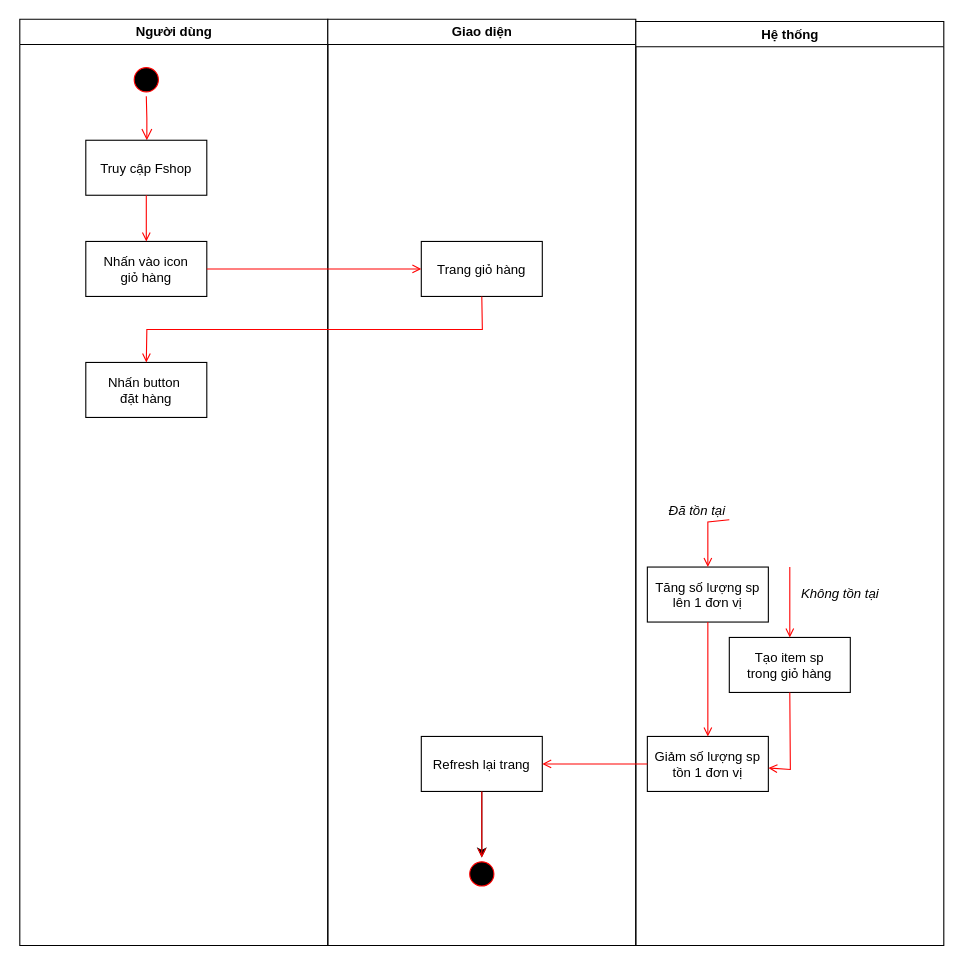
The draw.io diagram ActivityOrder.drawio in NguyenQuocAn99/MyDiagram, before the edit. Source tidied: cells renumbered, new cells numbered last; positions are measured from the earlier drawing's top-left corner, leaving out a move shared by most shapes. Both pictures are drawn from the tidied source at 110%, with x=0, y=0 at pixel (19, 19).
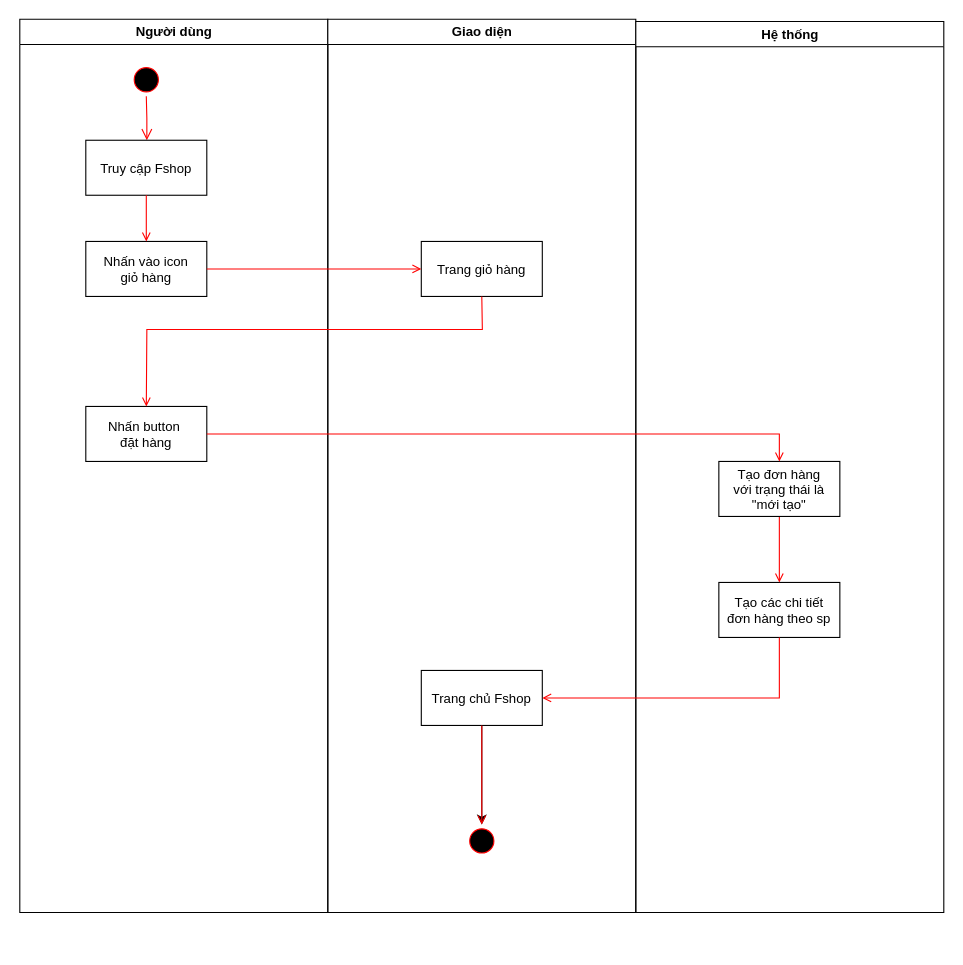
The same diagram, later.

The change refers to these unchanged cells:
```xml
<mxCell id="6" value="Nhấn vào icon &#10;giỏ hàng" parent="2" vertex="1">
  <mxGeometry x="60" y="202" width="110" height="50" as="geometry" />
</mxCell>
<mxCell id="14" value="Trang giỏ hàng" parent="9" vertex="1">
  <mxGeometry x="85" y="202" width="110" height="50" as="geometry" />
</mxCell>
```

What changed in the source:
```diff
@@
     <mxCell id="2" value="Người dùng" style="swimlane;whiteSpace=wrap;" parent="1" vertex="1">
-      <mxGeometry x="0.5" width="280" height="842" as="geometry" />
+      <mxGeometry x="0.5" width="280" height="812" as="geometry" />
     </mxCell>
@@
     <mxCell id="8" value="Nhấn button &#10;đặt hàng" parent="2" vertex="1">
-      <mxGeometry x="60" y="312" width="110" height="50" as="geometry" />
+      <mxGeometry x="60" y="352" width="110" height="50" as="geometry" />
     </mxCell>
     <mxCell id="9" value="Giao diện" style="swimlane;whiteSpace=wrap;" parent="1" vertex="1">
-      <mxGeometry x="280.5" width="280" height="842" as="geometry" />
+      <mxGeometry x="280.5" width="280" height="812" as="geometry" />
     </mxCell>
@@
-    <mxCell id="11" value="Refresh lại trang" parent="9" vertex="1">
-      <mxGeometry x="85" y="652" width="110" height="50" as="geometry" />
+    <mxCell id="11" value="Trang chủ Fshop" parent="9" vertex="1">
+      <mxGeometry x="85" y="592" width="110" height="50" as="geometry" />
     </mxCell>
     <mxCell id="12" style="ellipse;shape=startState;fillColor=#000000;strokeColor=#ff0000;" parent="9" vertex="1">
-      <mxGeometry x="125" y="762" width="30" height="30" as="geometry" />
+      <mxGeometry x="125" y="732" width="30" height="30" as="geometry" />
     </mxCell>
@@
     <mxCell id="15" value="Hệ thống" style="swimlane;whiteSpace=wrap;" parent="1" vertex="1">
-      <mxGeometry x="560.5" y="2" width="280" height="840" as="geometry" />
+      <mxGeometry x="560.5" y="2" width="280" height="810" as="geometry" />
     </mxCell>
-    <mxCell id="16" value="Không tồn tại" style="text;html=1;align=center;verticalAlign=middle;strokeColor=none;fontStyle=2;" parent="15" vertex="1">
-      <mxGeometry x="140.5" y="511" width="90" height="20" as="geometry" />
-    </mxCell>
-    <mxCell id="17" value="Tạo item sp &#10;trong giỏ hàng" parent="15" vertex="1">
-      <mxGeometry x="85" y="560" width="110" height="50" as="geometry" />
+    <mxCell id="17" value="Tạo các chi tiết &#10;đơn hàng theo sp" parent="15" vertex="1">
+      <mxGeometry x="75.5" y="510" width="110" height="50" as="geometry" />
     </mxCell>
-    <mxCell id="18" style="endArrow=open;strokeColor=#FF0000;endFill=1;rounded=0;exitX=0.5;exitY=1;exitDx=0;exitDy=0;entryX=0.5;entryY=0;entryDx=0;entryDy=0;" parent="15" edge="1" target="17">
-      <mxGeometry relative="1" as="geometry">
-        <mxPoint x="140" y="496" as="sourcePoint" />
-      </mxGeometry>
+    <mxCell id="18" style="endArrow=open;strokeColor=#FF0000;endFill=1;rounded=0;exitX=0.5;exitY=1;exitDx=0;exitDy=0;entryX=0.5;entryY=0;entryDx=0;entryDy=0;" parent="15" edge="1" source="28" target="17">
+      <mxGeometry relative="1" as="geometry" />
     </mxCell>
-    <mxCell id="19" value="Tăng số lượng sp&#10;lên 1 đơn vị" parent="15" vertex="1">
-      <mxGeometry x="10.5" y="496" width="110" height="50" as="geometry" />
-    </mxCell>
-    <mxCell id="20" style="endArrow=open;strokeColor=#FF0000;endFill=1;rounded=0;exitX=0;exitY=0.5;exitDx=0;exitDy=0;entryX=0.5;entryY=0;entryDx=0;entryDy=0;" parent="15" edge="1" target="19">
-      <mxGeometry relative="1" as="geometry">
-        <mxPoint x="85" y="453" as="sourcePoint" />
-        <Array as="points">
-          <mxPoint x="65.5" y="455" />
-        </Array>
-      </mxGeometry>
-    </mxCell>
-    <mxCell id="21" value="Giảm số lượng sp&#10;tồn 1 đơn vị" parent="15" vertex="1">
-      <mxGeometry x="10.5" y="650" width="110" height="50" as="geometry" />
-    </mxCell>
+    <mxCell id="28" value="Tạo đơn hàng&#10;với trạng thái là&#10;&quot;mới tạo&quot;" parent="15" vertex="1">
+      <mxGeometry x="75.5" y="400" width="110" height="50" as="geometry" />
+    </mxCell>
+    <mxCell id="25" style="endArrow=open;strokeColor=#FF0000;endFill=1;rounded=0;exitX=1;exitY=0.5;exitDx=0;exitDy=0;entryX=0;entryY=0.5;entryDx=0;entryDy=0;" parent="1" edge="1" source="6" target="14">
+      <mxGeometry relative="1" as="geometry" />
+    </mxCell>
+    <mxCell id="27" style="endArrow=open;strokeColor=#FF0000;endFill=1;rounded=0;exitX=0.5;exitY=1;exitDx=0;exitDy=0;entryX=0.5;entryY=0;entryDx=0;entryDy=0;" parent="1" edge="1" source="14" target="8">
+      <mxGeometry relative="1" as="geometry">
+        <Array as="points">
+          <mxPoint x="421" y="282" />
+          <mxPoint x="116" y="282" />
+        </Array>
+      </mxGeometry>
+    </mxCell>
-    <mxCell id="22" style="endArrow=open;strokeColor=#FF0000;endFill=1;rounded=0;exitX=0.5;exitY=1;exitDx=0;exitDy=0;" parent="15" edge="1" source="17" target="21">
+    <mxCell id="22" style="endArrow=open;strokeColor=#FF0000;endFill=1;rounded=0;exitX=0.5;exitY=1;exitDx=0;exitDy=0;entryX=1;entryY=0.5;entryDx=0;entryDy=0;" parent="1" edge="1" source="17" target="11">
       <mxGeometry relative="1" as="geometry">
         <Array as="points">
-          <mxPoint x="140.5" y="680" />
+          <mxPoint x="691" y="617" />
         </Array>
       </mxGeometry>
     </mxCell>
-    <mxCell id="23" style="endArrow=open;strokeColor=#FF0000;endFill=1;rounded=0;exitX=0.5;exitY=1;exitDx=0;exitDy=0;entryX=0.5;entryY=0;entryDx=0;entryDy=0;" parent="15" edge="1" source="19" target="21">
-      <mxGeometry relative="1" as="geometry" />
-    </mxCell>
-    <mxCell id="24" value="Đã tồn tại" style="text;html=1;align=center;verticalAlign=middle;strokeColor=none;fontStyle=2;" parent="15" vertex="1">
-      <mxGeometry x="20.5" y="435" width="70" height="20" as="geometry" />
-    </mxCell>
-    <mxCell id="25" style="endArrow=open;strokeColor=#FF0000;endFill=1;rounded=0;exitX=1;exitY=0.5;exitDx=0;exitDy=0;entryX=0;entryY=0.5;entryDx=0;entryDy=0;" parent="1" edge="1" source="6" target="14">
-      <mxGeometry relative="1" as="geometry" />
-    </mxCell>
-    <mxCell id="26" style="endArrow=open;strokeColor=#FF0000;endFill=1;rounded=0;exitX=0;exitY=0.5;exitDx=0;exitDy=0;" parent="1" edge="1" source="21" target="11">
-      <mxGeometry relative="1" as="geometry" />
-    </mxCell>
-    <mxCell id="27" style="endArrow=open;strokeColor=#FF0000;endFill=1;rounded=0;exitX=0.5;exitY=1;exitDx=0;exitDy=0;entryX=0.5;entryY=0;entryDx=0;entryDy=0;" parent="1" edge="1" source="14" target="8">
-      <mxGeometry relative="1" as="geometry">
-        <Array as="points">
-          <mxPoint x="421" y="282" />
-          <mxPoint x="116" y="282" />
-        </Array>
-      </mxGeometry>
-    </mxCell>
+    <mxCell id="29" style="endArrow=open;strokeColor=#FF0000;endFill=1;rounded=0;exitX=1;exitY=0.5;exitDx=0;exitDy=0;entryX=0.5;entryY=0;entryDx=0;entryDy=0;" parent="1" edge="1" source="8" target="28">
+      <mxGeometry relative="1" as="geometry">
+        <Array as="points">
+          <mxPoint x="691" y="377" />
+        </Array>
+      </mxGeometry>
+    </mxCell>
```
